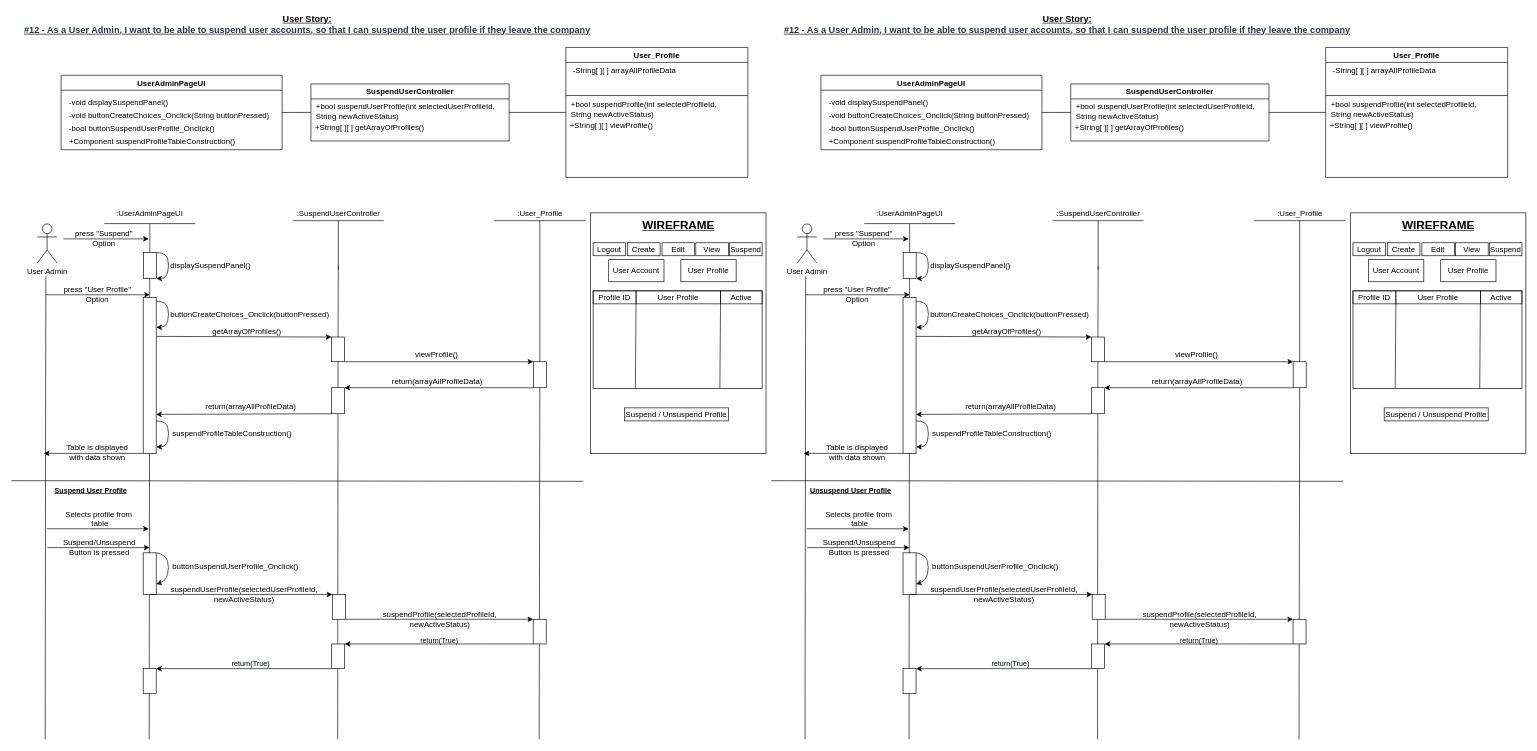
extred5700/JAVAGUI-Restaurant-Table-Order-System keeps this draw.io diagram as BCE_UML_and_Diagrams/UserAdmin/UserAdmin_SuspendProfile(UserStory_12)/UserStory_12_BCE_Sequence.drawio. Above is the earlier version. Source tidied: cells renumbered, new cells numbered last; positions are measured from the earlier drawing's top-left corner, leaving out a move shared by most shapes. Both pictures are drawn from the tidied source at 65%, with x=0, y=0 at pixel (11, 11).
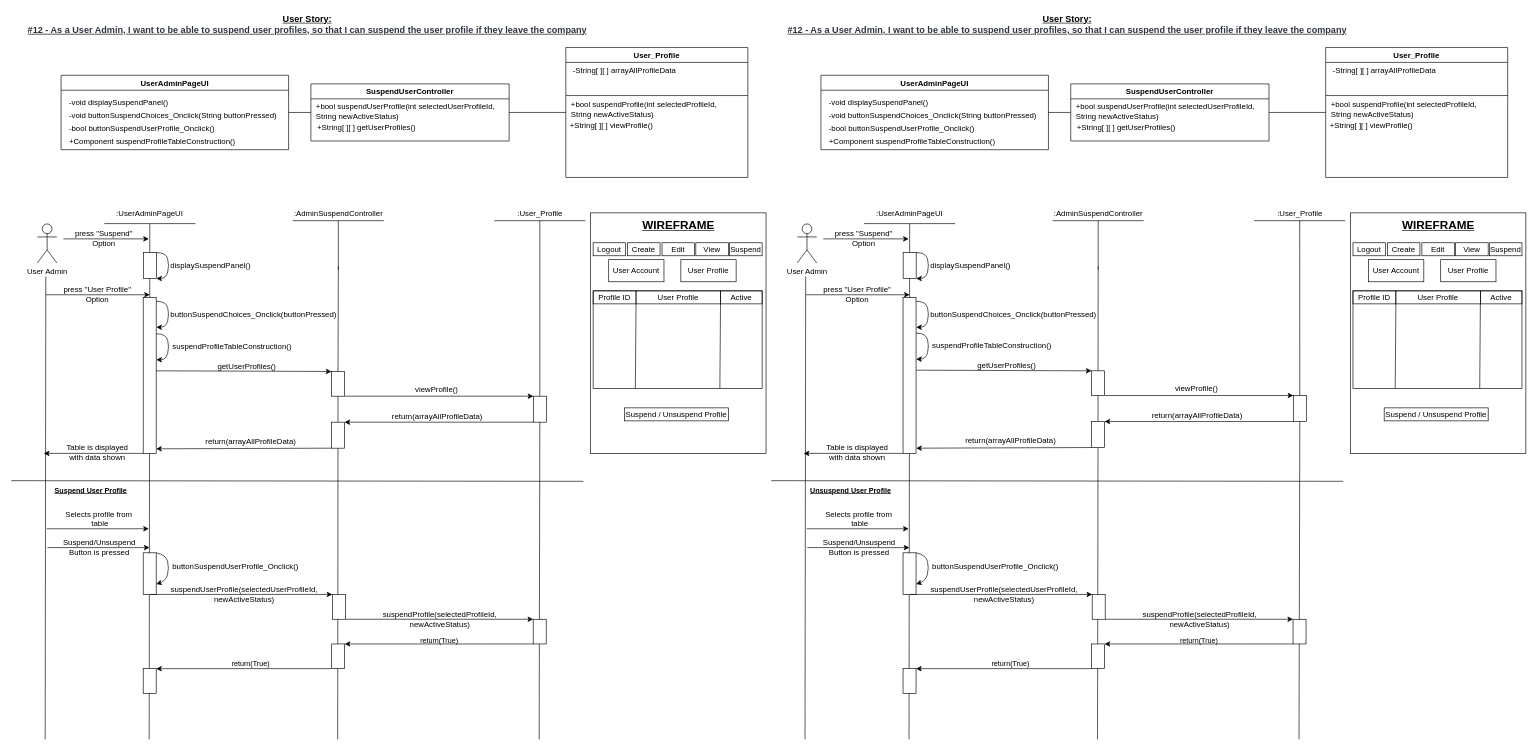
After the change.

Commit message (it also covers changes not shown here):
Changed Suspend, View and Search Diagrams

Unchanged cells that the change refers to:
```xml
<mxCell id="10" value="SuspendUserController" style="swimlane;" parent="1" vertex="1">
  <mxGeometry x="460.8" y="111.6" width="305" height="87.8" as="geometry" />
</mxCell>
<mxCell id="55" style="rounded=0;whiteSpace=wrap;html=1;" parent="1" vertex="1">
  <mxGeometry x="202.8" y="440" width="20" height="240" as="geometry" />
</mxCell>
<mxCell id="104" value="SuspendUserController" style="swimlane;" parent="1" vertex="1">
  <mxGeometry x="1629.8" y="111.6" width="305" height="87.8" as="geometry" />
</mxCell>
<mxCell id="149" style="rounded=0;whiteSpace=wrap;html=1;" parent="1" vertex="1">
  <mxGeometry x="1371.8" y="440" width="20" height="240" as="geometry" />
</mxCell>
```

Change to the diagram source:
```diff
@@
     <mxCell id="5" value="UserAdminPageUI" style="swimlane;" parent="1" vertex="1">
-      <mxGeometry x="76.5" y="98.3" width="340" height="114.5" as="geometry" />
+      <mxGeometry x="76.5" y="98.3" width="350" height="114.5" as="geometry" />
     </mxCell>
@@
-    <mxCell id="8" value="-void buttonCreateChoices_Onclick(String buttonPressed)" style="text;html=1;align=left;verticalAlign=middle;strokeColor=none;fillColor=none;" parent="5" vertex="1">
-      <mxGeometry x="10" y="51.7" width="320" height="20" as="geometry" />
+    <mxCell id="8" value="-void buttonSuspendChoices_Onclick(String buttonPressed)" style="text;html=1;align=left;verticalAlign=middle;strokeColor=none;fillColor=none;" parent="5" vertex="1">
+      <mxGeometry x="10" y="51.7" width="340" height="20" as="geometry" />
     </mxCell>
@@
-    <mxCell id="12" value="&lt;div style=&quot;text-align: left&quot;&gt;+String[ ][ ] getArrayOfProfiles()&lt;/div&gt;" style="text;html=1;align=center;verticalAlign=middle;strokeColor=none;fillColor=none;" parent="10" vertex="1">
-      <mxGeometry y="57.7" width="180" height="20" as="geometry" />
+    <mxCell id="12" value="&lt;div style=&quot;text-align: left&quot;&gt;+String[ ][ ] getUserProfiles()&lt;/div&gt;" style="text;html=1;align=center;verticalAlign=middle;strokeColor=none;fillColor=none;" parent="10" vertex="1">
+      <mxGeometry y="57.7" width="170" height="20" as="geometry" />
     </mxCell>
@@
-    <mxCell id="18" value=":SuspendUserController" style="text;html=1;align=center;verticalAlign=middle;strokeColor=none;fillColor=none;" parent="1" vertex="1">
-      <mxGeometry x="433" y="302" width="140" height="20" as="geometry" />
+    <mxCell id="18" value=":AdminSuspendController" style="text;html=1;align=center;verticalAlign=middle;strokeColor=none;fillColor=none;" parent="1" vertex="1">
+      <mxGeometry x="428" y="302" width="150" height="20" as="geometry" />
     </mxCell>
@@
-    <mxCell id="27" value="buttonCreateChoices_Onclick(buttonPressed)" style="text;html=1;align=left;verticalAlign=middle;strokeColor=none;fillColor=none;" parent="1" vertex="1">
-      <mxGeometry x="243" y="456" width="260" height="20" as="geometry" />
+    <mxCell id="27" value="buttonSuspendChoices_Onclick(buttonPressed)" style="text;html=1;align=left;verticalAlign=middle;strokeColor=none;fillColor=none;" parent="1" vertex="1">
+      <mxGeometry x="243" y="456" width="270" height="20" as="geometry" />
     </mxCell>
@@
-    <mxCell id="47" style="endArrow=classic;html=1;rounded=0;entryX=0;entryY=0;entryDx=0;entryDy=0;exitX=1;exitY=0.25;exitDx=0;exitDy=0;" parent="1" edge="1" source="55" target="67">
-      <mxGeometry relative="1" as="geometry" />
+    <mxCell id="47" style="endArrow=classic;html=1;rounded=0;entryX=0;entryY=0;entryDx=0;entryDy=0;exitX=1;exitY=0.25;exitDx=0;exitDy=0;" parent="1" edge="1" target="67">
+      <mxGeometry relative="1" as="geometry">
+        <mxPoint x="222.8" y="553" as="sourcePoint" />
+      </mxGeometry>
     </mxCell>
-    <mxCell id="48" value="getArrayOfProfiles()" style="text;html=1;align=center;verticalAlign=middle;strokeColor=none;fillColor=none;" parent="1" vertex="1">
-      <mxGeometry x="301.5" y="483" width="120" height="20" as="geometry" />
+    <mxCell id="48" value="getUserProfiles()" style="text;html=1;align=center;verticalAlign=middle;strokeColor=none;fillColor=none;" parent="1" vertex="1">
+      <mxGeometry x="306.5" y="536" width="110" height="20" as="geometry" />
     </mxCell>
-    <mxCell id="49" style="endArrow=classic;html=1;rounded=0;exitX=0;exitY=1;exitDx=0;exitDy=0;entryX=1;entryY=0.75;entryDx=0;entryDy=0;" parent="1" edge="1" source="70" target="55">
-      <mxGeometry relative="1" as="geometry" />
+    <mxCell id="49" style="endArrow=classic;html=1;rounded=0;exitX=0;exitY=1;exitDx=0;exitDy=0;entryX=1;entryY=0.75;entryDx=0;entryDy=0;" parent="1" edge="1" source="70">
+      <mxGeometry relative="1" as="geometry">
+        <mxPoint x="222.8" y="673" as="targetPoint" />
+      </mxGeometry>
     </mxCell>
     <mxCell id="50" value="return(arrayAllProfileData)" style="text;html=1;align=center;verticalAlign=middle;strokeColor=none;fillColor=none;" parent="1" vertex="1">
-      <mxGeometry x="292.8" y="599" width="150" height="20" as="geometry" />
+      <mxGeometry x="292.8" y="652" width="150" height="20" as="geometry" />
     </mxCell>
@@
     <mxCell id="52" value="viewProfile()" style="text;html=1;align=center;verticalAlign=middle;strokeColor=none;fillColor=none;" parent="1" vertex="1">
-      <mxGeometry x="613.5" y="519" width="80" height="20" as="geometry" />
+      <mxGeometry x="613.5" y="572" width="80" height="20" as="geometry" />
     </mxCell>
@@
     <mxCell id="54" value="return(arrayAllProfileData)" style="text;html=1;align=center;verticalAlign=middle;strokeColor=none;fillColor=none;" parent="1" vertex="1">
-      <mxGeometry x="579.8" y="560" width="150" height="20" as="geometry" />
+      <mxGeometry x="579.8" y="613" width="150" height="20" as="geometry" />
     </mxCell>
@@
     <mxCell id="56" value="suspendProfileTableConstruction()" style="text;html=1;align=left;verticalAlign=middle;strokeColor=none;fillColor=none;" parent="1" vertex="1">
-      <mxGeometry x="245.8" y="640" width="200" height="20" as="geometry" />
+      <mxGeometry x="245.8" y="506" width="200" height="20" as="geometry" />
     </mxCell>
@@
-    <mxCell id="64" value="&lt;b&gt;&lt;u&gt;&lt;font style=&quot;font-size: 14px&quot;&gt;User Story:&lt;/font&gt;&lt;br&gt;&lt;span style=&quot;color: rgb(46 , 52 , 64) ; font-family: , &amp;quot;arial&amp;quot; , &amp;quot;helvetica&amp;quot; , sans-serif ; font-size: 14px ; background-color: rgb(255 , 255 , 255)&quot;&gt;#12 - As a User Admin, I want to be able to suspend user accounts, so that I can suspend the user profile if they leave the company&lt;/span&gt;&lt;font style=&quot;font-size: 14px&quot;&gt;&lt;br&gt;&lt;/font&gt;&lt;/u&gt;&lt;/b&gt;" style="text;html=1;align=center;verticalAlign=middle;strokeColor=none;fillColor=none;" parent="1" vertex="1">
-      <mxGeometry x="10" width="890" height="40" as="geometry" />
+    <mxCell id="64" value="&lt;b&gt;&lt;u&gt;&lt;font style=&quot;font-size: 14px&quot;&gt;User Story:&lt;/font&gt;&lt;br&gt;&lt;span style=&quot;color: rgb(46 , 52 , 64) ; font-family: , &amp;quot;arial&amp;quot; , &amp;quot;helvetica&amp;quot; , sans-serif ; font-size: 14px ; background-color: rgb(255 , 255 , 255)&quot;&gt;#12 - As a User Admin, I want to be able to suspend user profiles, so that I can suspend the user profile if they leave the company&lt;/span&gt;&lt;font style=&quot;font-size: 14px&quot;&gt;&lt;br&gt;&lt;/font&gt;&lt;/u&gt;&lt;/b&gt;" style="text;html=1;align=center;verticalAlign=middle;strokeColor=none;fillColor=none;" parent="1" vertex="1">
+      <mxGeometry x="15" width="880" height="40" as="geometry" />
     </mxCell>
@@
     <mxCell id="67" style="rounded=0;whiteSpace=wrap;html=1;" parent="1" vertex="1">
-      <mxGeometry x="492.5" y="501" width="20" height="38" as="geometry" />
+      <mxGeometry x="492.5" y="554" width="20" height="38" as="geometry" />
     </mxCell>
@@
     <mxCell id="69" style="rounded=0;whiteSpace=wrap;html=1;" parent="1" vertex="1">
-      <mxGeometry x="803" y="539" width="20" height="40" as="geometry" />
+      <mxGeometry x="803" y="592" width="20" height="40" as="geometry" />
     </mxCell>
     <mxCell id="70" style="rounded=0;whiteSpace=wrap;html=1;" parent="1" vertex="1">
-      <mxGeometry x="492.5" y="579" width="20" height="40" as="geometry" />
+      <mxGeometry x="492.5" y="632" width="20" height="40" as="geometry" />
     </mxCell>
     <mxCell id="71" style="curved=1;endArrow=classic;html=1;rounded=0;entryX=1;entryY=1;entryDx=0;entryDy=0;exitX=1;exitY=0;exitDx=0;exitDy=0;" parent="1" edge="1">
       <mxGeometry relative="1" as="geometry">
-        <mxPoint x="223" y="630" as="sourcePoint" />
-        <mxPoint x="223" y="670" as="targetPoint" />
+        <mxPoint x="223" y="496" as="sourcePoint" />
+        <mxPoint x="223" y="536" as="targetPoint" />
         <Array as="points">
-          <mxPoint x="238" y="630" />
-          <mxPoint x="243" y="650" />
-          <mxPoint x="238" y="670" />
+          <mxPoint x="238" y="496" />
+          <mxPoint x="243" y="516" />
+          <mxPoint x="238" y="536" />
         </Array>
       </mxGeometry>
     </mxCell>
@@
     <mxCell id="99" value="UserAdminPageUI" style="swimlane;" parent="1" vertex="1">
-      <mxGeometry x="1245.5" y="98.3" width="340" height="114.5" as="geometry" />
+      <mxGeometry x="1245.5" y="98.3" width="350" height="114.5" as="geometry" />
     </mxCell>
@@
-    <mxCell id="102" value="-void buttonCreateChoices_Onclick(String buttonPressed)" style="text;html=1;align=left;verticalAlign=middle;strokeColor=none;fillColor=none;" parent="99" vertex="1">
-      <mxGeometry x="10" y="51.7" width="320" height="20" as="geometry" />
+    <mxCell id="102" value="-void buttonSuspendChoices_Onclick(String buttonPressed)" style="text;html=1;align=left;verticalAlign=middle;strokeColor=none;fillColor=none;" parent="99" vertex="1">
+      <mxGeometry x="10" y="51.7" width="340" height="20" as="geometry" />
     </mxCell>
@@
-    <mxCell id="106" value="&lt;div style=&quot;text-align: left&quot;&gt;+String[ ][ ] getArrayOfProfiles()&lt;/div&gt;" style="text;html=1;align=center;verticalAlign=middle;strokeColor=none;fillColor=none;" parent="104" vertex="1">
-      <mxGeometry y="57.7" width="180" height="20" as="geometry" />
+    <mxCell id="106" value="&lt;div style=&quot;text-align: left&quot;&gt;+String[ ][ ] getUserProfiles()&lt;/div&gt;" style="text;html=1;align=center;verticalAlign=middle;strokeColor=none;fillColor=none;" parent="104" vertex="1">
+      <mxGeometry y="57.7" width="170" height="20" as="geometry" />
     </mxCell>
@@
-    <mxCell id="112" value=":SuspendUserController" style="text;html=1;align=center;verticalAlign=middle;strokeColor=none;fillColor=none;" parent="1" vertex="1">
-      <mxGeometry x="1602" y="302" width="140" height="20" as="geometry" />
+    <mxCell id="112" value=":AdminSuspendController" style="text;html=1;align=center;verticalAlign=middle;strokeColor=none;fillColor=none;" parent="1" vertex="1">
+      <mxGeometry x="1597" y="302" width="150" height="20" as="geometry" />
     </mxCell>
@@
-    <mxCell id="121" value="buttonCreateChoices_Onclick(buttonPressed)" style="text;html=1;align=left;verticalAlign=middle;strokeColor=none;fillColor=none;" parent="1" vertex="1">
-      <mxGeometry x="1412" y="456" width="260" height="20" as="geometry" />
+    <mxCell id="121" value="buttonSuspendChoices_Onclick(buttonPressed)" style="text;html=1;align=left;verticalAlign=middle;strokeColor=none;fillColor=none;" parent="1" vertex="1">
+      <mxGeometry x="1412" y="456" width="270" height="20" as="geometry" />
     </mxCell>
@@
-    <mxCell id="141" style="endArrow=classic;html=1;rounded=0;entryX=0;entryY=0;entryDx=0;entryDy=0;exitX=1;exitY=0.25;exitDx=0;exitDy=0;" parent="1" edge="1" source="149" target="161">
-      <mxGeometry relative="1" as="geometry" />
+    <mxCell id="141" style="endArrow=classic;html=1;rounded=0;entryX=0;entryY=0;entryDx=0;entryDy=0;exitX=1;exitY=0.25;exitDx=0;exitDy=0;" parent="1" edge="1" target="161">
+      <mxGeometry relative="1" as="geometry">
+        <mxPoint x="1392" y="552" as="sourcePoint" />
+      </mxGeometry>
     </mxCell>
-    <mxCell id="142" value="getArrayOfProfiles()" style="text;html=1;align=center;verticalAlign=middle;strokeColor=none;fillColor=none;" parent="1" vertex="1">
-      <mxGeometry x="1470.5" y="483" width="120" height="20" as="geometry" />
+    <mxCell id="142" value="getUserProfiles()" style="text;html=1;align=center;verticalAlign=middle;strokeColor=none;fillColor=none;" parent="1" vertex="1">
+      <mxGeometry x="1475.8" y="535" width="110" height="20" as="geometry" />
     </mxCell>
-    <mxCell id="143" style="endArrow=classic;html=1;rounded=0;exitX=0;exitY=1;exitDx=0;exitDy=0;entryX=1;entryY=0.75;entryDx=0;entryDy=0;" parent="1" edge="1" source="164" target="149">
-      <mxGeometry relative="1" as="geometry" />
+    <mxCell id="143" style="endArrow=classic;html=1;rounded=0;exitX=0;exitY=1;exitDx=0;exitDy=0;entryX=1;entryY=0.75;entryDx=0;entryDy=0;" parent="1" edge="1" source="164">
+      <mxGeometry relative="1" as="geometry">
+        <mxPoint x="1392" y="672" as="targetPoint" />
+      </mxGeometry>
     </mxCell>
     <mxCell id="144" value="return(arrayAllProfileData)" style="text;html=1;align=center;verticalAlign=middle;strokeColor=none;fillColor=none;" parent="1" vertex="1">
-      <mxGeometry x="1461.8" y="599" width="150" height="20" as="geometry" />
+      <mxGeometry x="1462" y="651" width="150" height="20" as="geometry" />
     </mxCell>
@@
     <mxCell id="146" value="viewProfile()" style="text;html=1;align=center;verticalAlign=middle;strokeColor=none;fillColor=none;" parent="1" vertex="1">
-      <mxGeometry x="1782.5" y="519" width="80" height="20" as="geometry" />
+      <mxGeometry x="1782.8" y="571" width="80" height="20" as="geometry" />
     </mxCell>
@@
     <mxCell id="148" value="return(arrayAllProfileData)" style="text;html=1;align=center;verticalAlign=middle;strokeColor=none;fillColor=none;" parent="1" vertex="1">
-      <mxGeometry x="1748.8" y="560" width="150" height="20" as="geometry" />
+      <mxGeometry x="1749" y="612" width="150" height="20" as="geometry" />
     </mxCell>
@@
     <mxCell id="150" value="suspendProfileTableConstruction()" style="text;html=1;align=left;verticalAlign=middle;strokeColor=none;fillColor=none;" parent="1" vertex="1">
-      <mxGeometry x="1414.8" y="640" width="200" height="20" as="geometry" />
+      <mxGeometry x="1414.8" y="505" width="200" height="20" as="geometry" />
     </mxCell>
@@
-    <mxCell id="158" value="&lt;b&gt;&lt;u&gt;&lt;font style=&quot;font-size: 14px&quot;&gt;User Story:&lt;/font&gt;&lt;br&gt;&lt;span style=&quot;color: rgb(46 , 52 , 64) ; font-family: , &amp;quot;arial&amp;quot; , &amp;quot;helvetica&amp;quot; , sans-serif ; font-size: 14px ; background-color: rgb(255 , 255 , 255)&quot;&gt;#12 - As a User Admin, I want to be able to suspend user accounts, so that I can suspend the user profile if they leave the company&lt;/span&gt;&lt;font style=&quot;font-size: 14px&quot;&gt;&lt;br&gt;&lt;/font&gt;&lt;/u&gt;&lt;/b&gt;" style="text;html=1;align=center;verticalAlign=middle;strokeColor=none;fillColor=none;" parent="1" vertex="1">
-      <mxGeometry x="1179" width="890" height="40" as="geometry" />
+    <mxCell id="158" value="&lt;b&gt;&lt;u&gt;&lt;font style=&quot;font-size: 14px&quot;&gt;User Story:&lt;/font&gt;&lt;br&gt;&lt;span style=&quot;color: rgb(46 , 52 , 64) ; font-family: , &amp;quot;arial&amp;quot; , &amp;quot;helvetica&amp;quot; , sans-serif ; font-size: 14px ; background-color: rgb(255 , 255 , 255)&quot;&gt;#12 - As a User Admin, I want to be able to suspend user profiles, so that I can suspend the user profile if they leave the company&lt;/span&gt;&lt;font style=&quot;font-size: 14px&quot;&gt;&lt;br&gt;&lt;/font&gt;&lt;/u&gt;&lt;/b&gt;" style="text;html=1;align=center;verticalAlign=middle;strokeColor=none;fillColor=none;" parent="1" vertex="1">
+      <mxGeometry x="1184" width="880" height="40" as="geometry" />
     </mxCell>
@@
     <mxCell id="161" style="rounded=0;whiteSpace=wrap;html=1;" parent="1" vertex="1">
-      <mxGeometry x="1661.5" y="501" width="20" height="38" as="geometry" />
+      <mxGeometry x="1661.8" y="553" width="20" height="38" as="geometry" />
     </mxCell>
@@
     <mxCell id="163" style="rounded=0;whiteSpace=wrap;html=1;" parent="1" vertex="1">
-      <mxGeometry x="1972" y="539" width="20" height="40" as="geometry" />
+      <mxGeometry x="1972.2" y="591" width="20" height="40" as="geometry" />
     </mxCell>
     <mxCell id="164" style="rounded=0;whiteSpace=wrap;html=1;" parent="1" vertex="1">
-      <mxGeometry x="1661.5" y="579" width="20" height="40" as="geometry" />
+      <mxGeometry x="1661.8" y="631" width="20" height="40" as="geometry" />
     </mxCell>
     <mxCell id="165" style="curved=1;endArrow=classic;html=1;rounded=0;entryX=1;entryY=1;entryDx=0;entryDy=0;exitX=1;exitY=0;exitDx=0;exitDy=0;" parent="1" edge="1">
       <mxGeometry relative="1" as="geometry">
-        <mxPoint x="1392" y="630" as="sourcePoint" />
-        <mxPoint x="1392" y="670" as="targetPoint" />
+        <mxPoint x="1392" y="495" as="sourcePoint" />
+        <mxPoint x="1392" y="535" as="targetPoint" />
         <Array as="points">
-          <mxPoint x="1407" y="630" />
-          <mxPoint x="1412" y="650" />
-          <mxPoint x="1407" y="670" />
+          <mxPoint x="1407" y="495" />
+          <mxPoint x="1412" y="515" />
+          <mxPoint x="1407" y="535" />
         </Array>
       </mxGeometry>
     </mxCell>
```
